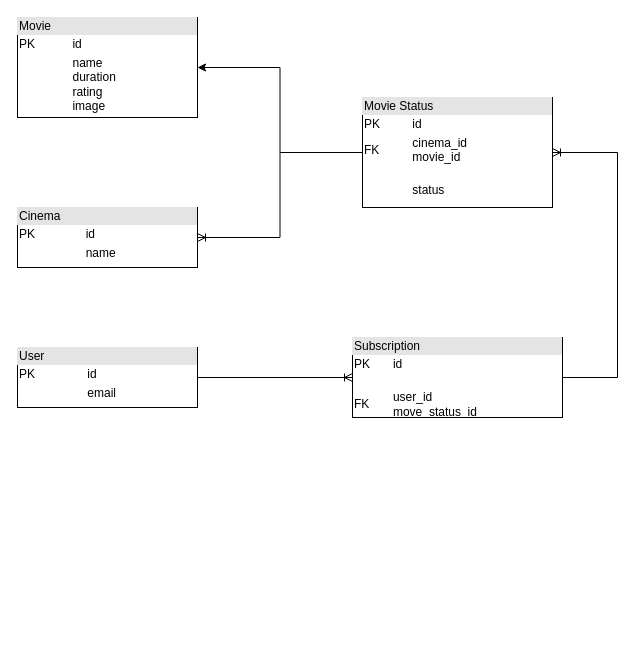
harrison-yck/data-engineering keeps this draw.io diagram as graph/schema.drawio. Above is the earlier version. Source tidied: cells renumbered, new cells numbered last; positions are measured from the earlier drawing's top-left corner, leaving out a move shared by most shapes. Both pictures are drawn from the tidied source at 100%, with x=0, y=0 at pixel (17, 17).
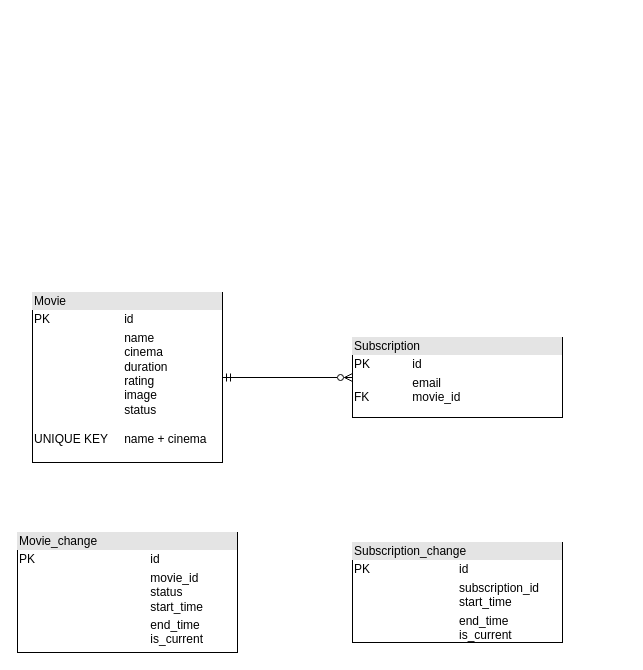
After the change.

Commit message (it also covers changes not shown here):
update cinema dao

The edit, as a diff of the source:
```diff
@@
 <mxGraphModel>
   <root>
     <mxCell id="0" />
     <mxCell id="1" parent="0" />
-    <mxCell id="2" style="edgeStyle=orthogonalEdgeStyle;rounded=0;jettySize=auto;html=1;entryX=1;entryY=0.5;entryDx=0;entryDy=0;" parent="1" edge="1" source="4" target="5">
-      <mxGeometry relative="1" as="geometry" />
-    </mxCell>
-    <mxCell id="3" style="edgeStyle=orthogonalEdgeStyle;rounded=0;jettySize=auto;html=1;endArrow=ERoneToMany;endFill=0;" parent="1" edge="1" source="4" target="6">
-      <mxGeometry relative="1" as="geometry" />
-    </mxCell>
-    <mxCell id="4" value="&lt;div style=&quot;box-sizing:border-box;width:100%;background:#e4e4e4;padding:2px;&quot;&gt;Movie Status&lt;/div&gt;&lt;table style=&quot;width:100%;font-size:1em;&quot; cellpadding=&quot;2&quot; cellspacing=&quot;0&quot;&gt;&lt;tbody&gt;&lt;tr&gt;&lt;td&gt;PK&lt;/td&gt;&lt;td&gt;id&lt;/td&gt;&lt;/tr&gt;&lt;tr&gt;&lt;td&gt;FK&lt;br&gt;&lt;/td&gt;&lt;td&gt;cinema_id&lt;br&gt;movie_id&lt;br&gt;&lt;/td&gt;&lt;/tr&gt;&lt;tr&gt;&lt;td&gt;&lt;/td&gt;&lt;td&gt;&lt;br&gt;status&lt;br&gt;&lt;/td&gt;&lt;/tr&gt;&lt;/tbody&gt;&lt;/table&gt;" style="verticalAlign=top;align=left;overflow=fill;html=1;" parent="1" vertex="1">
-      <mxGeometry x="345" y="80" width="190" height="110" as="geometry" />
-    </mxCell>
-    <mxCell id="5" value="&lt;div style=&quot;box-sizing:border-box;width:100%;background:#e4e4e4;padding:2px;&quot;&gt;Movie&lt;/div&gt;&lt;table style=&quot;width:100%;font-size:1em;&quot; cellpadding=&quot;2&quot; cellspacing=&quot;0&quot;&gt;&lt;tbody&gt;&lt;tr&gt;&lt;td&gt;PK&lt;/td&gt;&lt;td&gt;id&lt;/td&gt;&lt;/tr&gt;&lt;tr&gt;&lt;td&gt;&lt;br&gt;&lt;/td&gt;&lt;td&gt;name&lt;br&gt;duration&lt;br&gt;rating&lt;br&gt;image&lt;/td&gt;&lt;/tr&gt;&lt;tr&gt;&lt;td&gt;&lt;/td&gt;&lt;td&gt;&lt;br&gt;&lt;/td&gt;&lt;/tr&gt;&lt;/tbody&gt;&lt;/table&gt;" style="verticalAlign=top;align=left;overflow=fill;html=1;" parent="1" vertex="1">
-      <mxGeometry width="180" height="100" as="geometry" />
-    </mxCell>
-    <mxCell id="6" value="&lt;div style=&quot;box-sizing:border-box;width:100%;background:#e4e4e4;padding:2px;&quot;&gt;Cinema&lt;/div&gt;&lt;table style=&quot;width:100%;font-size:1em;&quot; cellpadding=&quot;2&quot; cellspacing=&quot;0&quot;&gt;&lt;tbody&gt;&lt;tr&gt;&lt;td&gt;PK&lt;/td&gt;&lt;td&gt;id&lt;/td&gt;&lt;/tr&gt;&lt;tr&gt;&lt;td&gt;&lt;br&gt;&lt;/td&gt;&lt;td&gt;name&lt;br&gt;&lt;br&gt;&lt;/td&gt;&lt;/tr&gt;&lt;tr&gt;&lt;td&gt;&lt;/td&gt;&lt;td&gt;&lt;br&gt;&lt;/td&gt;&lt;/tr&gt;&lt;/tbody&gt;&lt;/table&gt;" style="verticalAlign=top;align=left;overflow=fill;html=1;" parent="1" vertex="1">
-      <mxGeometry y="190" width="180" height="60" as="geometry" />
-    </mxCell>
-    <mxCell id="7" value="&lt;div style=&quot;box-sizing:border-box;width:100%;background:#e4e4e4;padding:2px;&quot;&gt;User&lt;/div&gt;&lt;table style=&quot;width:100%;font-size:1em;&quot; cellpadding=&quot;2&quot; cellspacing=&quot;0&quot;&gt;&lt;tbody&gt;&lt;tr&gt;&lt;td&gt;PK&lt;/td&gt;&lt;td&gt;id&lt;/td&gt;&lt;/tr&gt;&lt;tr&gt;&lt;td&gt;&lt;br&gt;&lt;/td&gt;&lt;td&gt;email&lt;br&gt;&lt;br&gt;&lt;/td&gt;&lt;/tr&gt;&lt;tr&gt;&lt;td&gt;&lt;/td&gt;&lt;td&gt;&lt;br&gt;&lt;/td&gt;&lt;/tr&gt;&lt;/tbody&gt;&lt;/table&gt;" style="verticalAlign=top;align=left;overflow=fill;html=1;" parent="1" vertex="1">
-      <mxGeometry y="330" width="180" height="60" as="geometry" />
-    </mxCell>
-    <mxCell id="8" style="edgeStyle=orthogonalEdgeStyle;rounded=0;jettySize=auto;html=1;endArrow=none;endFill=0;startArrow=ERoneToMany;startFill=0;" parent="1" edge="1" source="10" target="7">
-      <mxGeometry relative="1" as="geometry" />
-    </mxCell>
+    <mxCell id="11" style="edgeStyle=orthogonalEdgeStyle;rounded=0;jettySize=auto;html=1;entryX=1;entryY=0.5;entryDx=0;entryDy=0;endArrow=ERmandOne;endFill=0;startArrow=ERzeroToMany;startFill=0;" parent="1" edge="1" source="10" target="9">
+      <mxGeometry relative="1" as="geometry" />
+    </mxCell>
+    <mxCell id="10" value="&lt;div style=&quot;box-sizing:border-box;width:100%;background:#e4e4e4;padding:2px;&quot;&gt;Subscription&lt;/div&gt;&lt;table style=&quot;width:100%;font-size:1em;&quot; cellpadding=&quot;2&quot; cellspacing=&quot;0&quot;&gt;&lt;tbody&gt;&lt;tr&gt;&lt;td&gt;PK&lt;/td&gt;&lt;td&gt;id&lt;/td&gt;&lt;/tr&gt;&lt;tr&gt;&lt;td&gt;FK&lt;br&gt;&lt;/td&gt;&lt;td&gt;email&lt;br&gt;movie_id&lt;br&gt;&lt;br&gt;&lt;/td&gt;&lt;/tr&gt;&lt;tr&gt;&lt;td&gt;&lt;/td&gt;&lt;td&gt;&lt;br&gt;&lt;/td&gt;&lt;/tr&gt;&lt;/tbody&gt;&lt;/table&gt;" style="verticalAlign=top;align=left;overflow=fill;html=1;" parent="1" vertex="1">
+      <mxGeometry x="335" y="320" width="210" height="80" as="geometry" />
+    </mxCell>
-    <mxCell id="9" style="edgeStyle=orthogonalEdgeStyle;rounded=0;jettySize=auto;html=1;entryX=1;entryY=0.5;entryDx=0;entryDy=0;endArrow=ERoneToMany;endFill=0;" parent="1" edge="1" source="10" target="4">
-      <mxGeometry relative="1" as="geometry">
-        <Array as="points">
-          <mxPoint x="600" y="360" />
-          <mxPoint x="600" y="135" />
-        </Array>
-      </mxGeometry>
+    <mxCell id="9" value="&lt;div style=&quot;box-sizing:border-box;width:100%;background:#e4e4e4;padding:2px;&quot;&gt;Movie&lt;/div&gt;&lt;table style=&quot;width:100%;font-size:1em;&quot; cellpadding=&quot;2&quot; cellspacing=&quot;0&quot;&gt;&lt;tbody&gt;&lt;tr&gt;&lt;td&gt;PK&lt;/td&gt;&lt;td&gt;id&lt;/td&gt;&lt;/tr&gt;&lt;tr&gt;&lt;td&gt;&lt;br&gt;&lt;br&gt;&lt;br&gt;&lt;br&gt;&lt;br&gt;&lt;br&gt;&lt;br&gt;UNIQUE KEY&lt;/td&gt;&lt;td&gt;name&lt;br&gt;cinema&lt;br&gt;duration&lt;br&gt;rating&lt;br&gt;image&lt;br&gt;status&lt;br&gt;&lt;br&gt;name + cinema&lt;/td&gt;&lt;/tr&gt;&lt;tr&gt;&lt;td&gt;&lt;/td&gt;&lt;td&gt;&lt;br&gt;&lt;br&gt;&lt;/td&gt;&lt;/tr&gt;&lt;/tbody&gt;&lt;/table&gt;" style="verticalAlign=top;align=left;overflow=fill;html=1;" parent="1" vertex="1">
+      <mxGeometry x="15" y="275" width="190" height="170" as="geometry" />
     </mxCell>
-    <mxCell id="10" value="&lt;div style=&quot;box-sizing:border-box;width:100%;background:#e4e4e4;padding:2px;&quot;&gt;Subscription&lt;/div&gt;&lt;table style=&quot;width:100%;font-size:1em;&quot; cellpadding=&quot;2&quot; cellspacing=&quot;0&quot;&gt;&lt;tbody&gt;&lt;tr&gt;&lt;td&gt;PK&lt;/td&gt;&lt;td&gt;id&lt;/td&gt;&lt;/tr&gt;&lt;tr&gt;&lt;td&gt;FK&lt;br&gt;&lt;/td&gt;&lt;td&gt;&lt;br&gt;user_id&lt;br&gt;move_status_id&lt;br&gt;&lt;br&gt;&lt;/td&gt;&lt;/tr&gt;&lt;tr&gt;&lt;td&gt;&lt;/td&gt;&lt;td&gt;&lt;br&gt;&lt;/td&gt;&lt;/tr&gt;&lt;/tbody&gt;&lt;/table&gt;" style="verticalAlign=top;align=left;overflow=fill;html=1;" parent="1" vertex="1">
-      <mxGeometry x="335" y="320" width="210" height="80" as="geometry" />
-    </mxCell>
+    <mxCell id="12" value="&lt;div style=&quot;box-sizing:border-box;width:100%;background:#e4e4e4;padding:2px;&quot;&gt;Subscription_change&lt;/div&gt;&lt;table style=&quot;width:100%;font-size:1em;&quot; cellpadding=&quot;2&quot; cellspacing=&quot;0&quot;&gt;&lt;tbody&gt;&lt;tr&gt;&lt;td&gt;PK&lt;/td&gt;&lt;td&gt;id&lt;/td&gt;&lt;/tr&gt;&lt;tr&gt;&lt;td&gt;&lt;br&gt;&lt;/td&gt;&lt;td&gt;subscription_id&lt;br&gt;start_time&lt;/td&gt;&lt;/tr&gt;&lt;tr&gt;&lt;td&gt;&lt;span style=&quot;white-space: pre;&quot;&gt;&#9;&lt;/span&gt;&lt;span style=&quot;white-space: pre;&quot;&gt;&#9;&lt;span style=&quot;white-space: pre;&quot;&gt;&#9;&lt;/span&gt;&lt;/span&gt;&lt;/td&gt;&lt;td&gt;end_time&lt;br&gt;is_current&lt;/td&gt;&lt;/tr&gt;&lt;/tbody&gt;&lt;/table&gt;" style="verticalAlign=top;align=left;overflow=fill;html=1;" parent="1" vertex="1">
+      <mxGeometry x="335" y="525" width="210" height="100" as="geometry" />
+    </mxCell>
+    <mxCell id="13" value="&lt;div style=&quot;box-sizing:border-box;width:100%;background:#e4e4e4;padding:2px;&quot;&gt;Movie_change&lt;/div&gt;&lt;table style=&quot;width:100%;font-size:1em;&quot; cellpadding=&quot;2&quot; cellspacing=&quot;0&quot;&gt;&lt;tbody&gt;&lt;tr&gt;&lt;td&gt;PK&lt;/td&gt;&lt;td&gt;id&lt;/td&gt;&lt;/tr&gt;&lt;tr&gt;&lt;td&gt;&lt;br&gt;&lt;/td&gt;&lt;td&gt;movie_id&lt;br&gt;status&lt;br&gt;start_time&lt;/td&gt;&lt;/tr&gt;&lt;tr&gt;&lt;td&gt;&lt;span style=&quot;white-space: pre;&quot;&gt;&#9;&lt;/span&gt;&lt;span style=&quot;white-space: pre;&quot;&gt;&#9;&lt;span style=&quot;white-space: pre;&quot;&gt;&#9;&lt;/span&gt;&lt;/span&gt;&lt;/td&gt;&lt;td&gt;end_time&lt;br&gt;is_current&lt;/td&gt;&lt;/tr&gt;&lt;/tbody&gt;&lt;/table&gt;" style="verticalAlign=top;align=left;overflow=fill;html=1;" parent="1" vertex="1">
+      <mxGeometry y="515" width="220" height="120" as="geometry" />
+    </mxCell>
   </root>
 </mxGraphModel>
```
